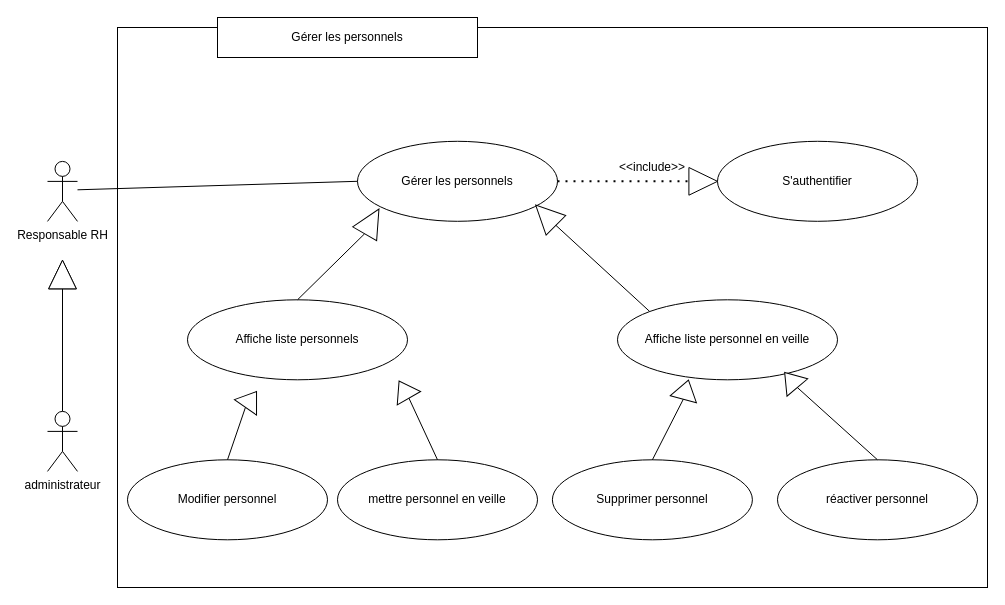
Before: cuGéreRessourcesHumaine.drawio in AbdelazizBs/GPAO-SpringApp, a draw.io diagram. Source tidied: cells renumbered, new cells numbered last; positions are measured from the earlier drawing's top-left corner, leaving out a move shared by most shapes. Both pictures are drawn from the tidied source at 100%, with x=0, y=0 at pixel (47, 17).
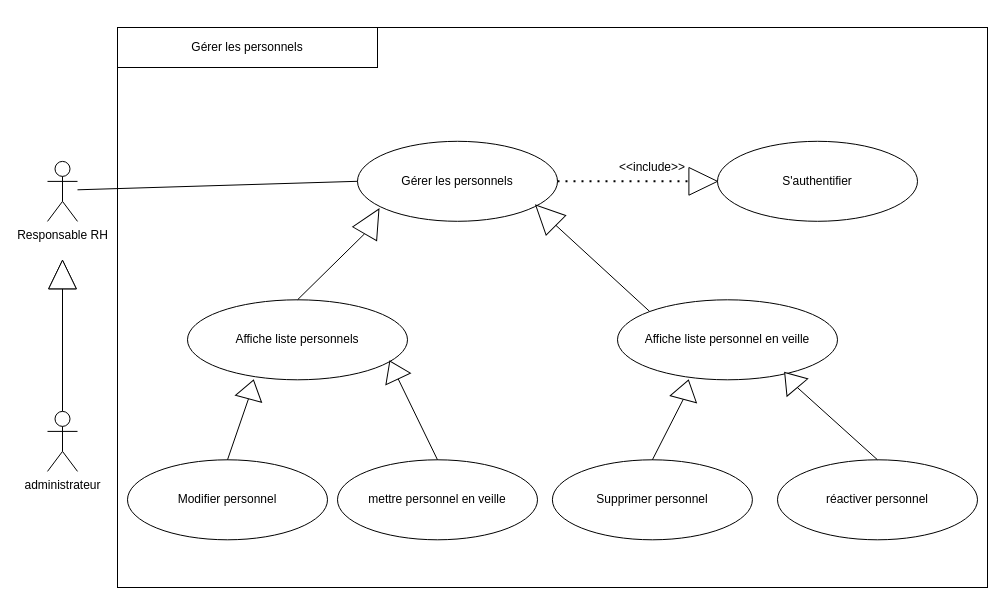
Above is the later version.

Commit message:
Mettre à jour cuGéreRessourcesHumaine.drawio

Diff of the diagram source:
```diff
@@
     <mxCell id="18" value="Gérer les personnels" style="rounded=0;whiteSpace=wrap;html=1;" parent="1" vertex="1">
-      <mxGeometry x="170" width="260" height="40" as="geometry" />
+      <mxGeometry x="70" y="10" width="260" height="40" as="geometry" />
     </mxCell>
-    <mxCell id="19" style="triangle;whiteSpace=wrap;html=1;rotation=-145;direction=south;" parent="1" vertex="1">
-      <mxGeometry x="190" y="372.3" width="27" height="19.3" as="geometry" />
+    <mxCell id="19" style="triangle;whiteSpace=wrap;html=1;rotation=-165;direction=south;" parent="1" vertex="1">
+      <mxGeometry x="190" y="362.3" width="27" height="19.3" as="geometry" />
     </mxCell>
@@
-    <mxCell id="22" style="triangle;whiteSpace=wrap;html=1;rotation=-210;direction=south;" parent="1" vertex="1">
-      <mxGeometry x="343" y="362.3" width="27" height="19.7" as="geometry" />
+    <mxCell id="22" style="triangle;whiteSpace=wrap;html=1;rotation=-205;direction=south;" parent="1" vertex="1">
+      <mxGeometry x="333" y="342.6" width="27" height="19.7" as="geometry" />
     </mxCell>
```
